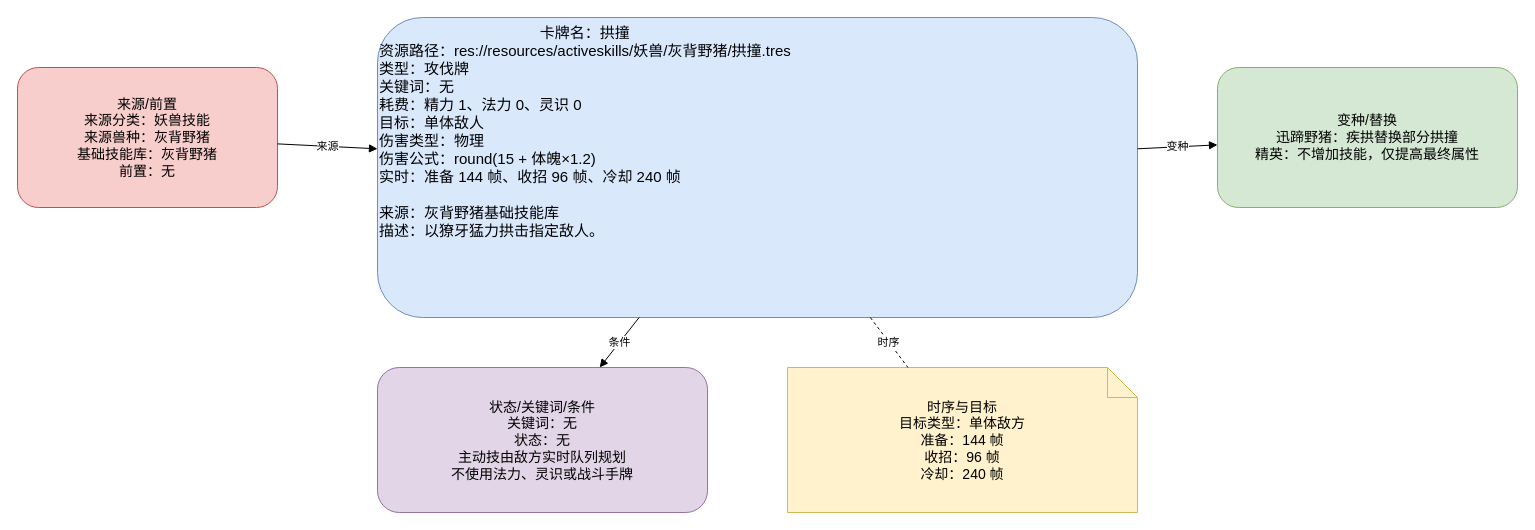
Earlier version of the draw.io diagram docs/卡牌词典/妖兽/灰背野猪/拱撞.drawio (ankundanetracyc-spec/tian-guan-you-du). Source tidied: cells renumbered, new cells numbered last; positions are measured from the earlier drawing's top-left corner, leaving out a move shared by most shapes. Both pictures are drawn from the tidied source at 100%, with x=0, y=0 at pixel (17, 17).
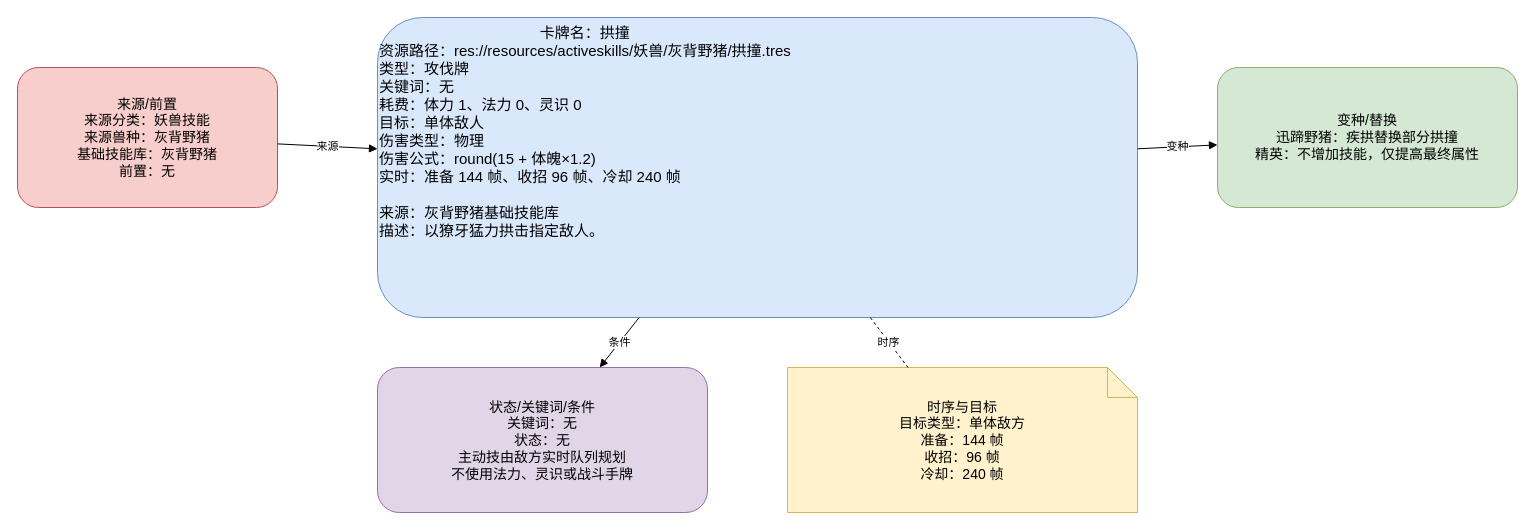
The same diagram, later.

Diff of the diagram source:
```diff
@@
 <mxGraphModel>
   <root>
     <mxCell id="0" />
     <mxCell id="1" parent="0" />
-    <mxCell id="2" value="&lt;div style=&quot;text-align:center;&quot;&gt;卡牌名：拱撞&lt;/div&gt;&lt;div style=&quot;text-align:left;&quot;&gt;资源路径：res://resources/activeskills/妖兽/灰背野猪/拱撞.tres&lt;br&gt;类型：攻伐牌&lt;br&gt;关键词：无&lt;br&gt;耗费：精力 1、法力 0、灵识 0&lt;br&gt;目标：单体敌人&lt;br&gt;伤害类型：物理&lt;br&gt;伤害公式：round(15 + 体魄×1.2)&lt;br&gt;实时：准备 144 帧、收招 96 帧、冷却 240 帧&lt;/div&gt;&lt;br&gt;来源：灰背野猪基础技能库&lt;br&gt;描述：以獠牙猛力拱击指定敌人。" style="rounded=1;whiteSpace=wrap;html=1;fillColor=#dae8fc;strokeColor=#6c8ebf;fontSize=15;align=left;verticalAlign=top;" parent="1" vertex="1">
+    <mxCell id="2" value="&lt;div style=&quot;text-align:center;&quot;&gt;卡牌名：拱撞&lt;/div&gt;&lt;div style=&quot;text-align:left;&quot;&gt;资源路径：res://resources/activeskills/妖兽/灰背野猪/拱撞.tres&lt;br&gt;类型：攻伐牌&lt;br&gt;关键词：无&lt;br&gt;耗费：体力 1、法力 0、灵识 0&lt;br&gt;目标：单体敌人&lt;br&gt;伤害类型：物理&lt;br&gt;伤害公式：round(15 + 体魄×1.2)&lt;br&gt;实时：准备 144 帧、收招 96 帧、冷却 240 帧&lt;/div&gt;&lt;br&gt;来源：灰背野猪基础技能库&lt;br&gt;描述：以獠牙猛力拱击指定敌人。" style="rounded=1;whiteSpace=wrap;html=1;fillColor=#dae8fc;strokeColor=#6c8ebf;fontSize=15;align=left;verticalAlign=top;" parent="1" vertex="1">
       <mxGeometry x="360" width="760" height="300" as="geometry" />
     </mxCell>
     <mxCell id="3" value="来源/前置&#10;来源分类：妖兽技能&#10;来源兽种：灰背野猪&#10;基础技能库：灰背野猪&#10;前置：无" style="rounded=1;whiteSpace=wrap;html=1;fillColor=#f8cecc;strokeColor=#b85450;fontSize=14;" parent="1" vertex="1">
       <mxGeometry y="50" width="260" height="140" as="geometry" />
     </mxCell>
     <mxCell id="4" value="变种/替换&#10;迅蹄野猪：疾拱替换部分拱撞&#10;精英：不增加技能，仅提高最终属性" style="rounded=1;whiteSpace=wrap;html=1;fillColor=#d5e8d4;strokeColor=#82b366;fontSize=14;" parent="1" vertex="1">
       <mxGeometry x="1200" y="50" width="300" height="140" as="geometry" />
     </mxCell>
     <mxCell id="5" value="状态/关键词/条件&#10;关键词：无&#10;状态：无&#10;主动技由敌方实时队列规划&#10;不使用法力、灵识或战斗手牌" style="rounded=1;whiteSpace=wrap;html=1;fillColor=#e1d5e7;strokeColor=#9673a6;fontSize=14;" parent="1" vertex="1">
       <mxGeometry x="360" y="350" width="330" height="145" as="geometry" />
     </mxCell>
     <mxCell id="6" value="时序与目标&#10;目标类型：单体敌方&#10;准备：144 帧&#10;收招：96 帧&#10;冷却：240 帧" style="shape=note;whiteSpace=wrap;html=1;fillColor=#fff2cc;strokeColor=#d6b656;fontSize=14;" parent="1" vertex="1">
       <mxGeometry x="770" y="350" width="350" height="145" as="geometry" />
     </mxCell>
     <mxCell id="7" value="来源" style="endArrow=block;html=1;rounded=0;" parent="1" edge="1" source="3" target="2">
       <mxGeometry relative="1" as="geometry" />
     </mxCell>
     <mxCell id="8" value="变种" style="endArrow=block;html=1;rounded=0;" parent="1" edge="1" source="2" target="4">
       <mxGeometry relative="1" as="geometry" />
     </mxCell>
     <mxCell id="9" value="条件" style="endArrow=block;html=1;rounded=0;" parent="1" edge="1" source="2" target="5">
       <mxGeometry relative="1" as="geometry" />
     </mxCell>
     <mxCell id="10" value="时序" style="endArrow=none;dashed=1;html=1;" parent="1" edge="1" source="2" target="6">
       <mxGeometry relative="1" as="geometry" />
     </mxCell>
   </root>
 </mxGraphModel>
```
